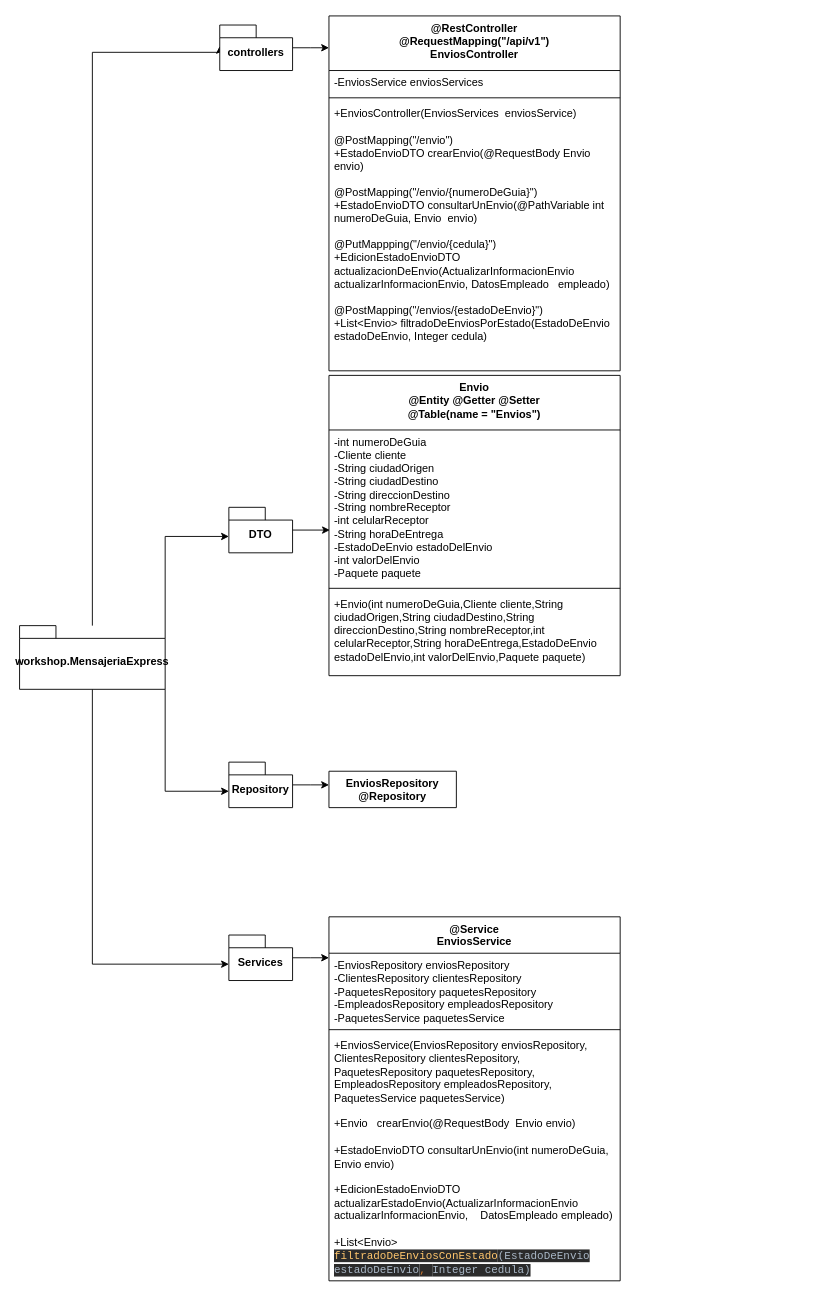
This is Diagrama sin título.drawio from EmmanuelUs4/Proyecto-integrador, a draw.io file, before an edit. Source tidied: cells renumbered, new cells numbered last; positions are measured from the earlier drawing's top-left corner, leaving out a move shared by most shapes. Both pictures are drawn from the tidied source at 91%, with x=0, y=0 at pixel (19, 15).
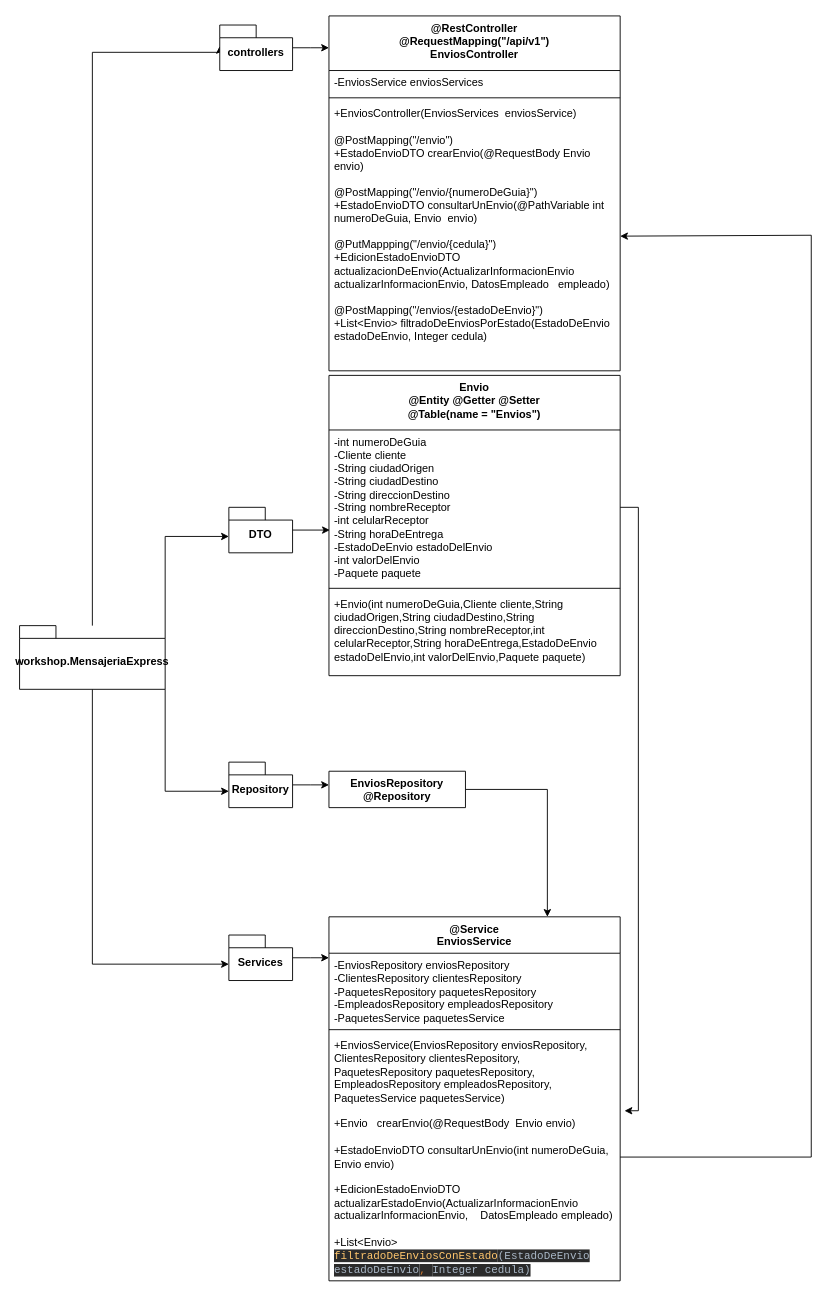
After the change.

Commit message:
Diagrama general de Envios

The change refers to these unchanged cells:
```xml
<mxCell id="16" value="-int numeroDeGuia&lt;br&gt;-Cliente cliente&lt;br&gt;-String ciudadOrigen&lt;br&gt;-String ciudadDestino&lt;br&gt;-String direccionDestino&lt;br&gt;-String nombreReceptor&lt;br&gt;-int celularReceptor&lt;br&gt;-String horaDeEntrega&lt;br&gt;-EstadoDeEnvio estadoDelEnvio&lt;br&gt;-int valorDelEnvio&lt;br&gt;-Paquete paquete" style="text;strokeColor=none;fillColor=none;align=left;verticalAlign=top;spacingLeft=4;spacingRight=4;overflow=hidden;points=[[0,0.5],[1,0.5]];portConstraint=eastwest;whiteSpace=wrap;html=1;" parent="15" vertex="1">
  <mxGeometry y="60" width="320" height="170" as="geometry" />
</mxCell>
<mxCell id="20" value="@Service&lt;br&gt;EnviosService&lt;br&gt;" style="swimlane;fontStyle=1;align=center;verticalAlign=top;horizontal=1;startSize=40;whiteSpace=wrap;html=1;" parent="1" vertex="1">
  <mxGeometry x="340" y="990" width="320" height="400" as="geometry" />
</mxCell>
<mxCell id="23" value="+EnviosService(EnviosRepository enviosRepository, ClientesRepository clientesRepository,&lt;br&gt;PaquetesRepository paquetesRepository,&lt;br&gt;EmpleadosRepository empleadosRepository,&lt;br&gt;PaquetesService paquetesService)&lt;br&gt;&lt;br&gt;+Envio&amp;nbsp; &amp;nbsp;crearEnvio(@RequestBody&amp;nbsp; Envio envio)&lt;br&gt;&lt;br&gt;+EstadoEnvioDTO consultarUnEnvio(int numeroDeGuia, Envio envio)&lt;br&gt;&lt;br&gt;+EdicionEstadoEnvioDTO actualizarEstadoEnvio(ActualizarInformacionEnvio actualizarInformacionEnvio,&amp;nbsp; &amp;nbsp; DatosEmpleado empleado)&lt;br&gt;&lt;br&gt;+List&amp;lt;Envio&amp;gt; &lt;span style=&quot;background-color: rgb(43, 43, 43); font-family: &amp;quot;JetBrains Mono&amp;quot;, monospace; color: rgb(255, 198, 109);&quot;&gt;filtradoDeEnviosConEstado&lt;/span&gt;&lt;span style=&quot;background-color: rgb(43, 43, 43); color: rgb(169, 183, 198); font-family: &amp;quot;JetBrains Mono&amp;quot;, monospace;&quot;&gt;(EstadoDeEnvio estadoDeEnvio&lt;/span&gt;&lt;span style=&quot;background-color: rgb(43, 43, 43); font-family: &amp;quot;JetBrains Mono&amp;quot;, monospace; color: rgb(204, 120, 50);&quot;&gt;, &lt;/span&gt;&lt;span style=&quot;background-color: rgb(43, 43, 43); color: rgb(169, 183, 198); font-family: &amp;quot;JetBrains Mono&amp;quot;, monospace;&quot;&gt;Integer cedula)&lt;/span&gt;" style="text;strokeColor=none;fillColor=none;align=left;verticalAlign=top;spacingLeft=4;spacingRight=4;overflow=hidden;points=[[0,0.5],[1,0.5]];portConstraint=eastwest;whiteSpace=wrap;html=1;" parent="20" vertex="1">
  <mxGeometry y="128" width="320" height="272" as="geometry" />
</mxCell>
<mxCell id="27" value="+EnviosController(EnviosServices&amp;nbsp; enviosService)&lt;br&gt;&lt;br&gt;@PostMapping(&quot;/envio&quot;)&lt;br&gt;+EstadoEnvioDTO crearEnvio(@RequestBody Envio envio)&lt;br&gt;&lt;br&gt;@PostMapping(&quot;/envio/{numeroDeGuia}&quot;)&lt;br&gt;+EstadoEnvioDTO consultarUnEnvio(@PathVariable int numeroDeGuia, Envio&amp;nbsp; envio)&lt;br&gt;&lt;br&gt;@PutMappping(&quot;/envio/{cedula}&quot;)&lt;br&gt;+EdicionEstadoEnvioDTO actualizacionDeEnvio(ActualizarInformacionEnvio actualizarInformacionEnvio, DatosEmpleado&amp;nbsp; &amp;nbsp;empleado)&lt;br&gt;&lt;br&gt;@PostMapping(&quot;/envios/{estadoDeEnvio}&quot;)&lt;br&gt;+List&amp;lt;Envio&amp;gt; filtradoDeEnviosPorEstado(EstadoDeEnvio&amp;nbsp; estadoDeEnvio, Integer cedula)" style="text;strokeColor=none;fillColor=none;align=left;verticalAlign=top;spacingLeft=4;spacingRight=4;overflow=hidden;points=[[0,0.5],[1,0.5]];portConstraint=eastwest;whiteSpace=wrap;html=1;" parent="24" vertex="1">
  <mxGeometry y="94" width="320" height="296" as="geometry" />
</mxCell>
```

What changed in the source:
```diff
@@
+    <mxCell id="28" style="edgeStyle=orthogonalEdgeStyle;rounded=0;jettySize=auto;html=1;entryX=0.75;entryY=0;entryDx=0;entryDy=0;" parent="1" edge="1" source="19" target="20">
+      <mxGeometry relative="1" as="geometry">
+        <Array as="points">
+          <mxPoint x="580" y="850" />
+        </Array>
+      </mxGeometry>
+    </mxCell>
     <mxCell id="19" value="EnviosRepository&lt;br&gt;@Repository" style="swimlane;fontStyle=1;align=center;verticalAlign=top;horizontal=1;startSize=40;whiteSpace=wrap;html=1;" parent="1" vertex="1" collapsed="1">
-      <mxGeometry x="340" y="830" width="140" height="40" as="geometry" />
+      <mxGeometry x="340" y="830" width="150" height="40" as="geometry" />
     </mxCell>
@@
+    <mxCell id="29" style="edgeStyle=orthogonalEdgeStyle;rounded=0;jettySize=auto;html=1;entryX=1;entryY=0.5;entryDx=0;entryDy=0;" parent="1" edge="1" source="23" target="27">
+      <mxGeometry relative="1" as="geometry">
+        <Array as="points">
+          <mxPoint x="870" y="1254" />
+          <mxPoint x="870" y="241" />
+        </Array>
+      </mxGeometry>
+    </mxCell>
+    <mxCell id="30" style="edgeStyle=orthogonalEdgeStyle;rounded=0;jettySize=auto;html=1;entryX=1.015;entryY=0.313;entryDx=0;entryDy=0;entryPerimeter=0;" parent="1" edge="1" source="16" target="23">
+      <mxGeometry relative="1" as="geometry">
+        <Array as="points">
+          <mxPoint x="680" y="540" />
+          <mxPoint x="680" y="1203" />
+        </Array>
+      </mxGeometry>
+    </mxCell>
```
